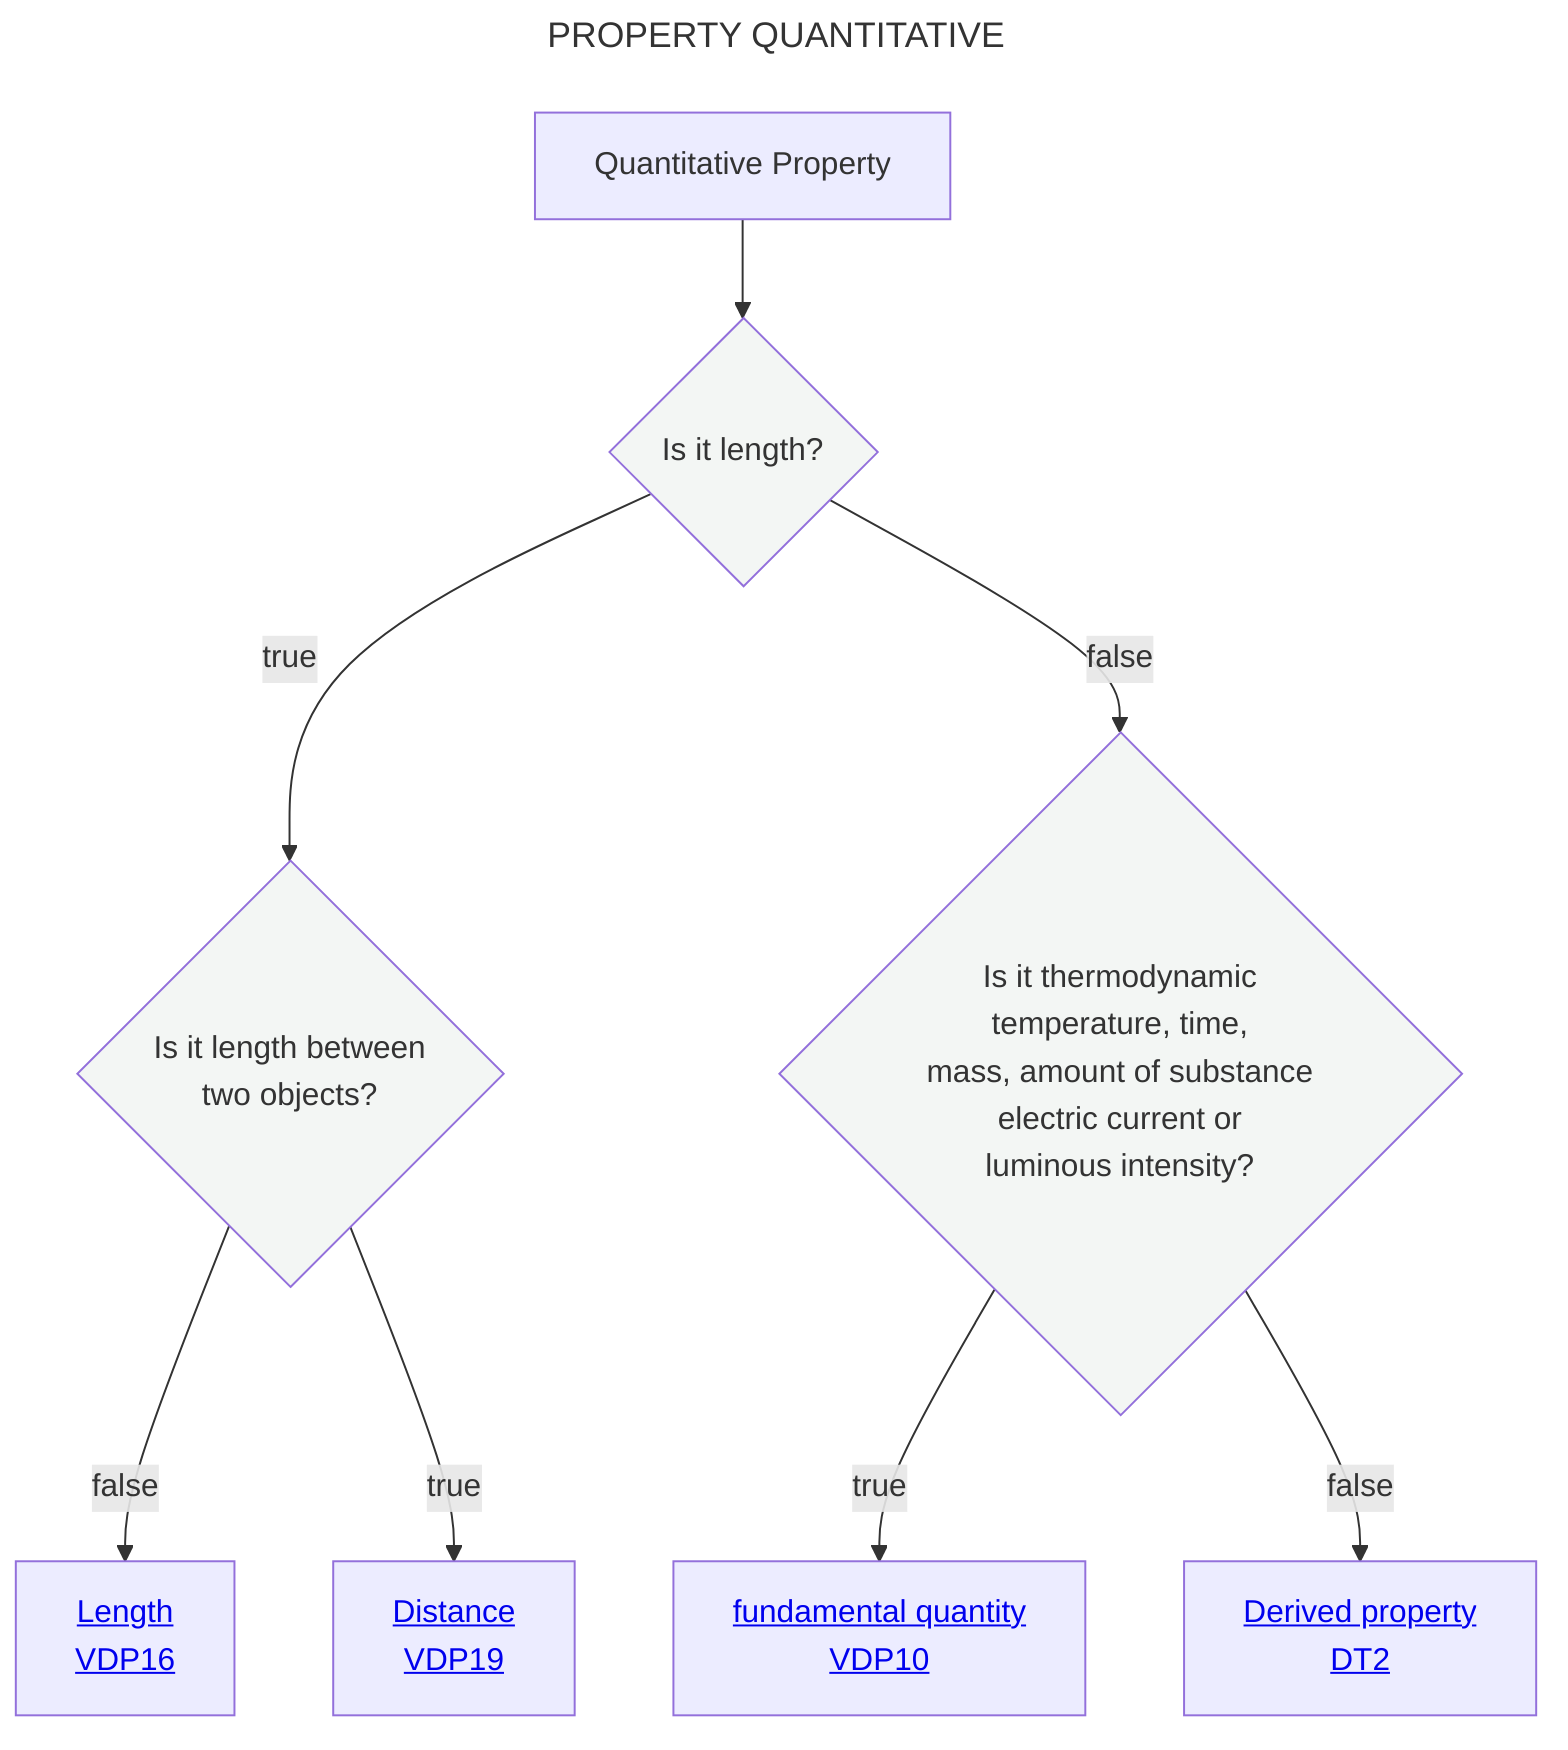
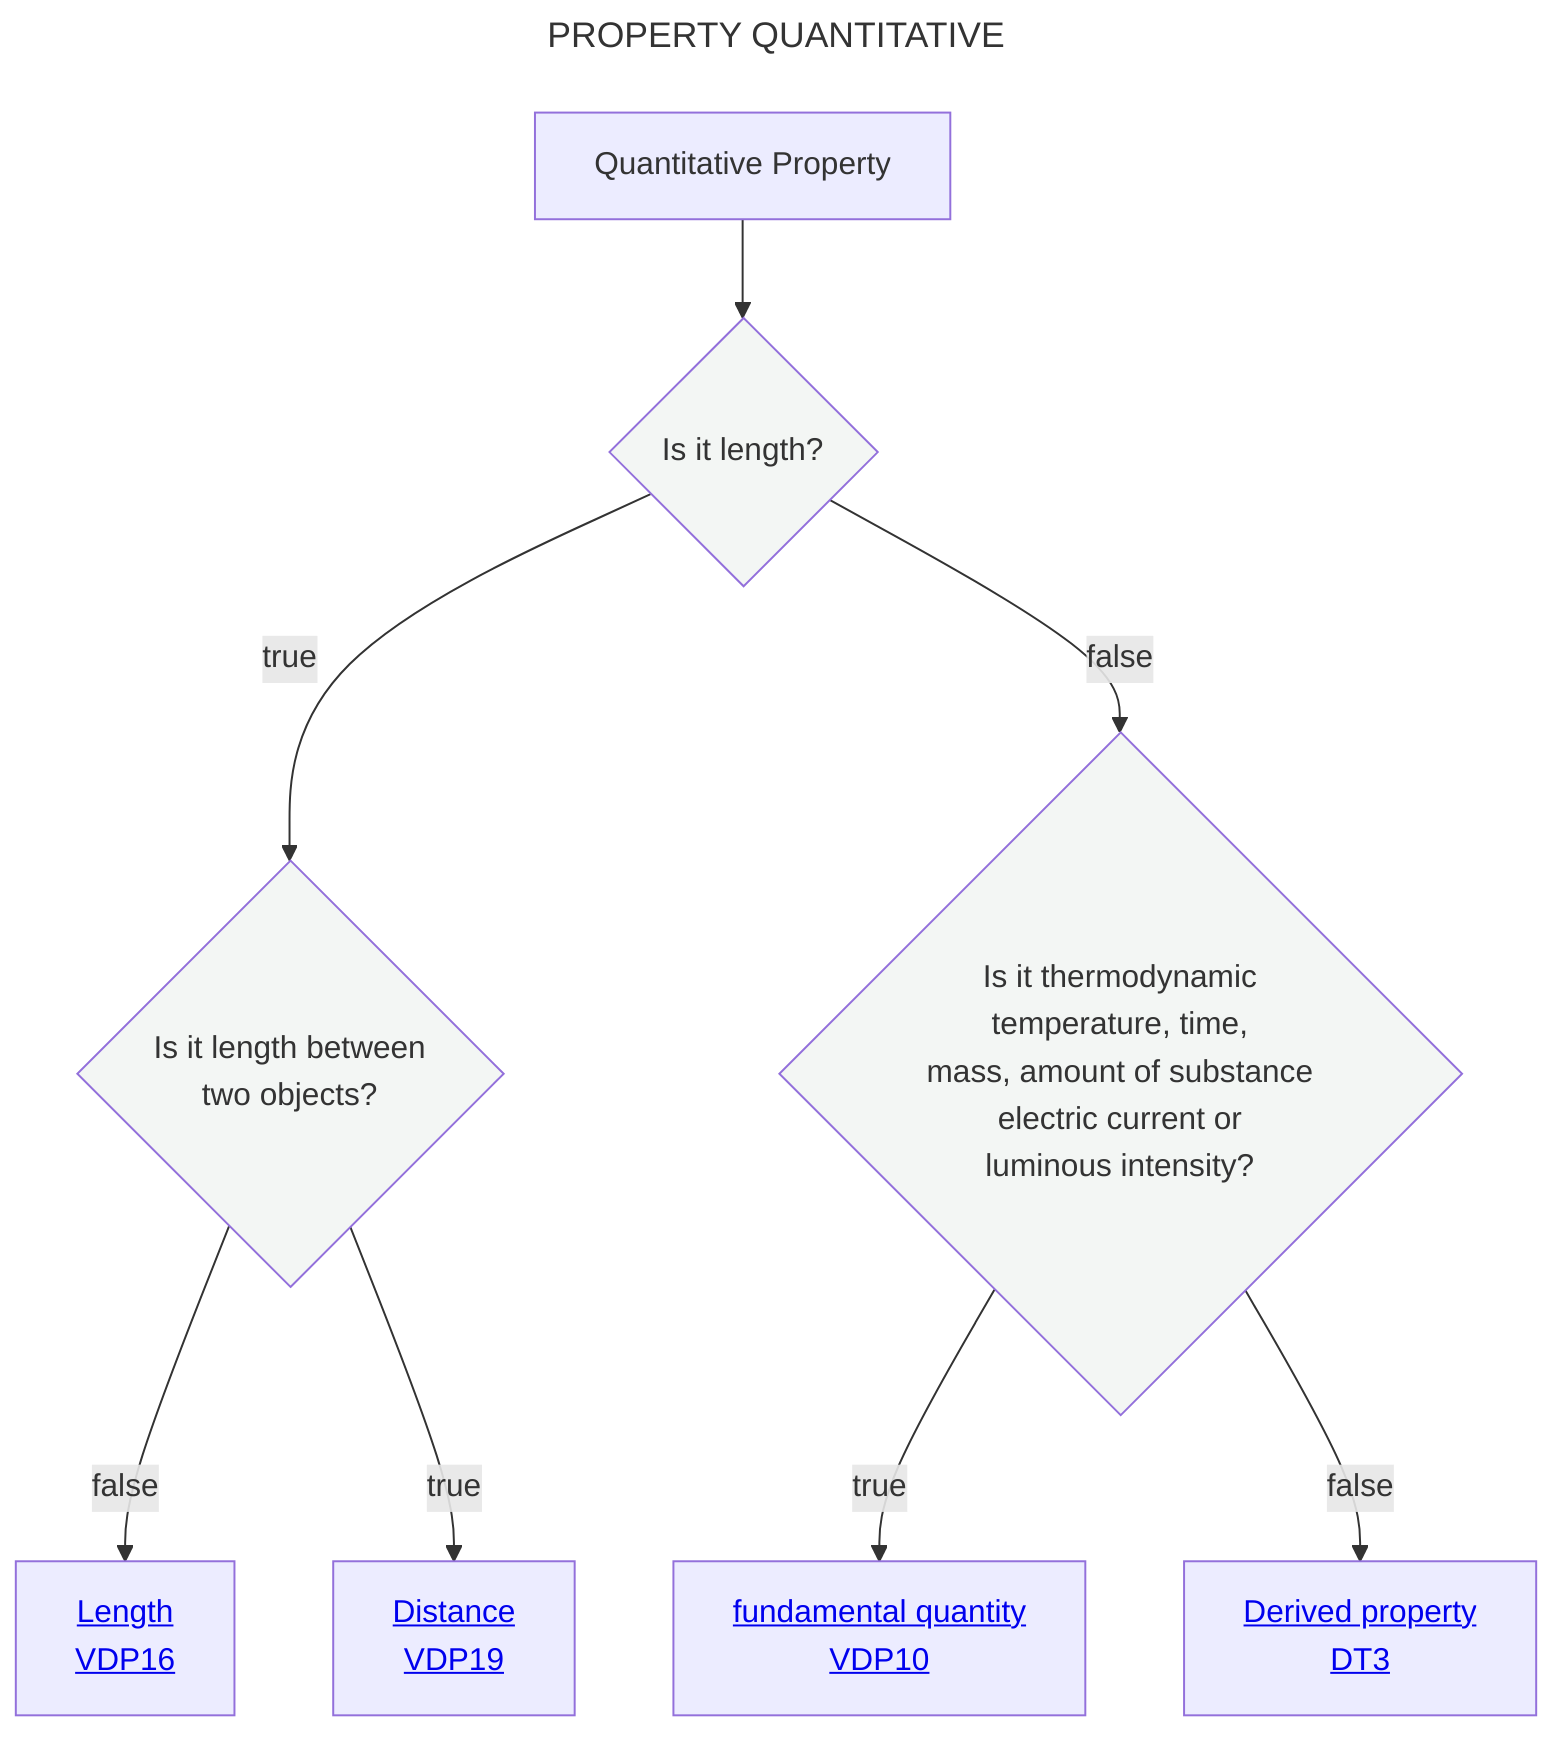
---
title: PROPERTY QUANTITATIVE
---
flowchart TD
    A[Quantitative Property] --> C{Is it length?}:::white
    C --> |true|E{Is it length between <br> two objects?}:::white
    C --> |false|F{Is it thermodynamic <br> temperature, time,  <br> mass, amount of substance <br> electric current or <br> luminous intensity?}:::white
    F --> |true|G[<a href='https://github.com/mabablue/I-ADOPT-patterns-playground/blob/main/pattern/VDP10.yaml'>fundamental quantity <br> VDP10</a>]
-     F --> |false|M[<a href='https://github.com/mabablue/I-ADOPT-patterns-playground/blob/main/Decisition_trees/DT2.mmd'>Derived property <br> DT2</a>]
+     F --> |false|M[<a href='https://github.com/mabablue/I-ADOPT-patterns-playground/blob/main/Decisition_trees/DT3.mmd'>Derived property <br> DT3</a>]
    E --> |false|N[<a href='https://github.com/mabablue/I-ADOPT-patterns-playground/blob/main/pattern/VDP16.yaml'>Length <br> VDP16</a>]
    E --> |true|O[<a href='https://github.com/mabablue/I-ADOPT-patterns-playground/blob/main/pattern/VDP19.yaml'>Distance <br> VDP19</a>]
   classDef blue fill:#90D5FF
   classDef satblue fill:#57B9FF
   classDef white fill:#f3f6f4
   classDef green fill:#6aa84f
